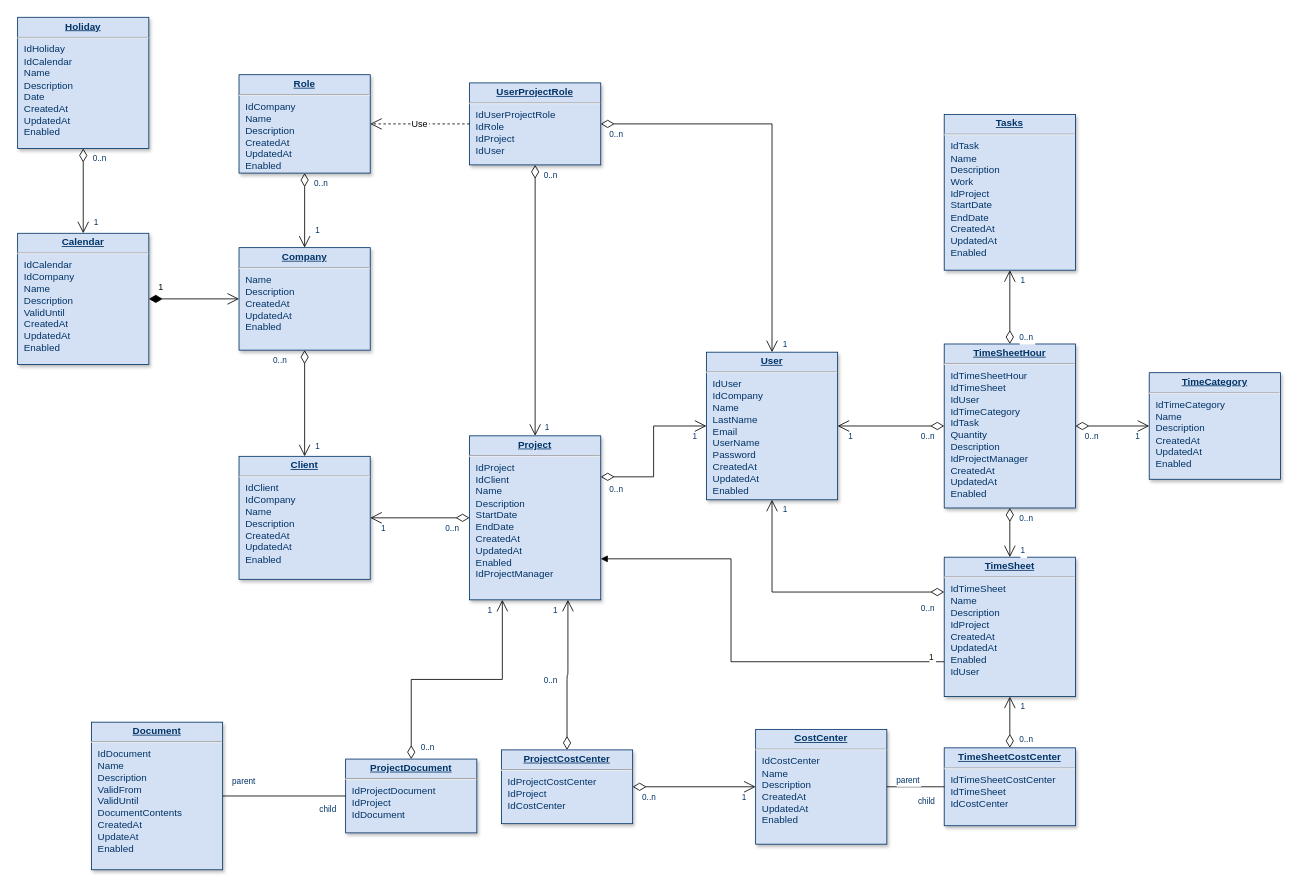
This is desenho/supertennis.drawio from jhonatalimamacedo/supertennisbd, a draw.io file, before an edit. Source tidied: cells renumbered, new cells numbered last; positions are measured from the earlier drawing's top-left corner, leaving out a move shared by most shapes. Both pictures are drawn from the tidied source at 82%, with x=0, y=0 at pixel (17, 17).
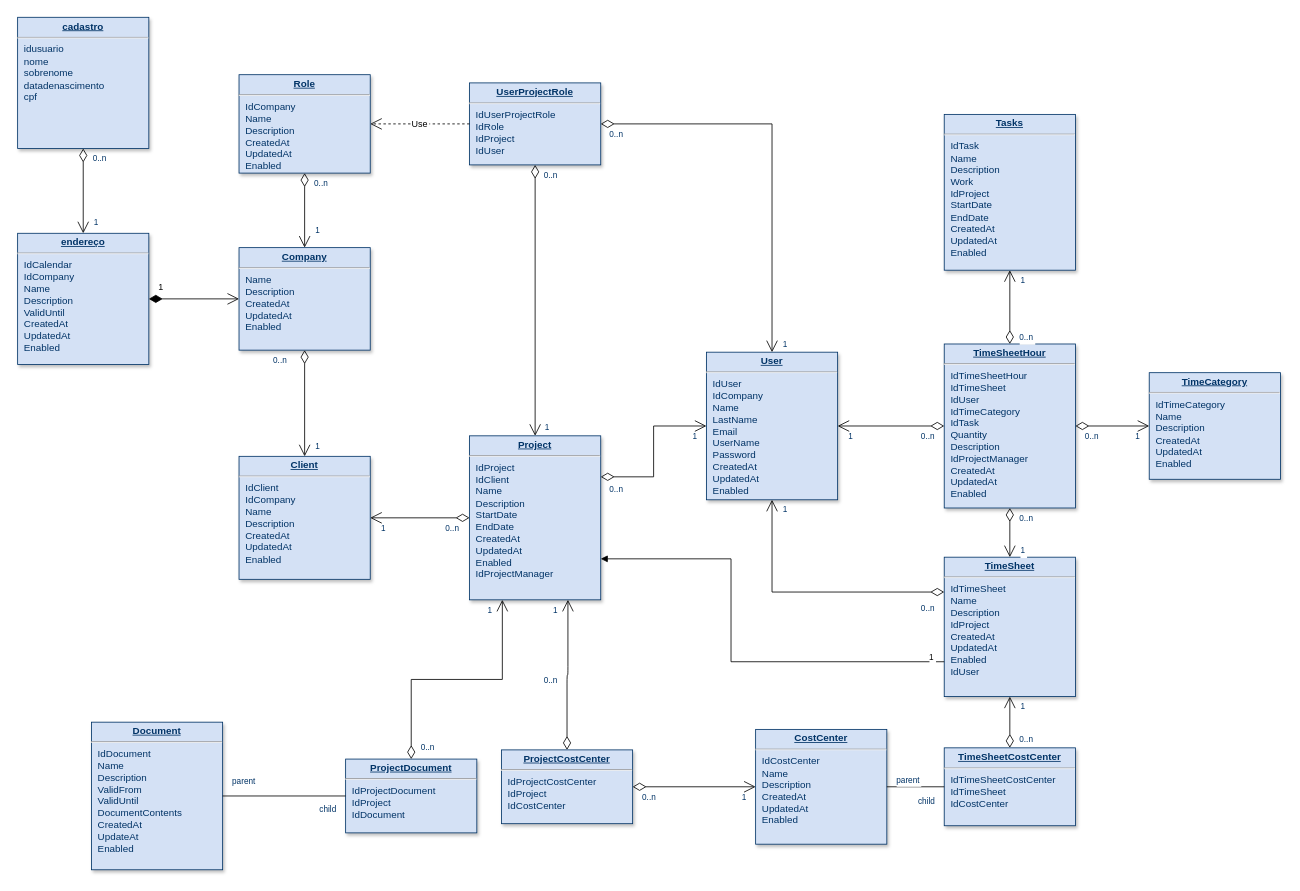
Above is the later version.

Diff of the diagram source:
```diff
@@
-    <mxCell id="4" value="&lt;p style=&quot;margin: 0px; margin-top: 4px; text-align: center; text-decoration: underline;&quot;&gt;&lt;strong&gt;Calendar&lt;/strong&gt;&lt;/p&gt;&lt;hr /&gt;&lt;p style=&quot;margin: 0px; margin-left: 8px;&quot;&gt;IdCalendar&lt;/p&gt;&lt;p style=&quot;margin: 0px; margin-left: 8px;&quot;&gt;IdCompany&lt;/p&gt;&lt;p style=&quot;margin: 0px; margin-left: 8px;&quot;&gt;Name&lt;/p&gt;&lt;p style=&quot;margin: 0px; margin-left: 8px;&quot;&gt;Description&lt;/p&gt;&lt;p style=&quot;margin: 0px; margin-left: 8px;&quot;&gt;ValidUntil&lt;/p&gt;&lt;p style=&quot;margin: 0px; margin-left: 8px;&quot;&gt;CreatedAt&lt;/p&gt;&lt;p style=&quot;margin: 0px; margin-left: 8px;&quot;&gt;UpdatedAt&lt;/p&gt;&lt;p style=&quot;margin: 0px; margin-left: 8px;&quot;&gt;Enabled&lt;/p&gt;" style="verticalAlign=top;align=left;overflow=fill;fontSize=12;fontFamily=Helvetica;html=1;strokeColor=#003366;shadow=1;fillColor=#D4E1F5;fontColor=#003366;" parent="1" vertex="1">
+    <mxCell id="4" value="&lt;p style=&quot;margin: 0px ; margin-top: 4px ; text-align: center ; text-decoration: underline&quot;&gt;&lt;b&gt;endereço&lt;/b&gt;&lt;/p&gt;&lt;hr&gt;&lt;p style=&quot;margin: 0px ; margin-left: 8px&quot;&gt;IdCalendar&lt;/p&gt;&lt;p style=&quot;margin: 0px ; margin-left: 8px&quot;&gt;IdCompany&lt;/p&gt;&lt;p style=&quot;margin: 0px ; margin-left: 8px&quot;&gt;Name&lt;/p&gt;&lt;p style=&quot;margin: 0px ; margin-left: 8px&quot;&gt;Description&lt;/p&gt;&lt;p style=&quot;margin: 0px ; margin-left: 8px&quot;&gt;ValidUntil&lt;/p&gt;&lt;p style=&quot;margin: 0px ; margin-left: 8px&quot;&gt;CreatedAt&lt;/p&gt;&lt;p style=&quot;margin: 0px ; margin-left: 8px&quot;&gt;UpdatedAt&lt;/p&gt;&lt;p style=&quot;margin: 0px ; margin-left: 8px&quot;&gt;Enabled&lt;/p&gt;" style="verticalAlign=top;align=left;overflow=fill;fontSize=12;fontFamily=Helvetica;html=1;strokeColor=#003366;shadow=1;fillColor=#D4E1F5;fontColor=#003366;" parent="1" vertex="1">
       <mxGeometry y="263" width="160" height="160" as="geometry" />
     </mxCell>
@@
-    <mxCell id="8" value="&lt;p style=&quot;margin: 0px; margin-top: 4px; text-align: center; text-decoration: underline;&quot;&gt;&lt;strong&gt;Holiday&lt;/strong&gt;&lt;/p&gt;&lt;hr /&gt;&lt;p style=&quot;margin: 0px; margin-left: 8px;&quot;&gt;IdHoliday&lt;/p&gt;&lt;p style=&quot;margin: 0px; margin-left: 8px;&quot;&gt;IdCalendar&lt;/p&gt;&lt;p style=&quot;margin: 0px; margin-left: 8px;&quot;&gt;Name&lt;/p&gt;&lt;p style=&quot;margin: 0px; margin-left: 8px;&quot;&gt;Description&lt;/p&gt;&lt;p style=&quot;margin: 0px; margin-left: 8px;&quot;&gt;Date&lt;/p&gt;&lt;p style=&quot;margin: 0px; margin-left: 8px;&quot;&gt;CreatedAt&lt;/p&gt;&lt;p style=&quot;margin: 0px; margin-left: 8px;&quot;&gt;UpdatedAt&lt;/p&gt;&lt;p style=&quot;margin: 0px; margin-left: 8px;&quot;&gt;Enabled&lt;/p&gt;" style="verticalAlign=top;align=left;overflow=fill;fontSize=12;fontFamily=Helvetica;html=1;strokeColor=#003366;shadow=1;fillColor=#D4E1F5;fontColor=#003366;" parent="1" vertex="1">
+    <mxCell id="8" value="&lt;p style=&quot;margin: 0px ; margin-top: 4px ; text-align: center ; text-decoration: underline&quot;&gt;&lt;strong&gt;cadastro&lt;/strong&gt;&lt;/p&gt;&lt;hr&gt;&lt;p style=&quot;margin: 0px ; margin-left: 8px&quot;&gt;idusuario&lt;/p&gt;&lt;p style=&quot;margin: 0px ; margin-left: 8px&quot;&gt;nome&lt;/p&gt;&lt;p style=&quot;margin: 0px ; margin-left: 8px&quot;&gt;sobrenome&lt;/p&gt;&lt;p style=&quot;margin: 0px ; margin-left: 8px&quot;&gt;datadenascimento&lt;/p&gt;&lt;p style=&quot;margin: 0px ; margin-left: 8px&quot;&gt;cpf&lt;/p&gt;&lt;p style=&quot;margin: 0px ; margin-left: 8px&quot;&gt;&lt;br&gt;&lt;/p&gt;" style="verticalAlign=top;align=left;overflow=fill;fontSize=12;fontFamily=Helvetica;html=1;strokeColor=#003366;shadow=1;fillColor=#D4E1F5;fontColor=#003366;" parent="1" vertex="1">
       <mxGeometry y="-0.4" width="160" height="160" as="geometry" />
     </mxCell>
```
